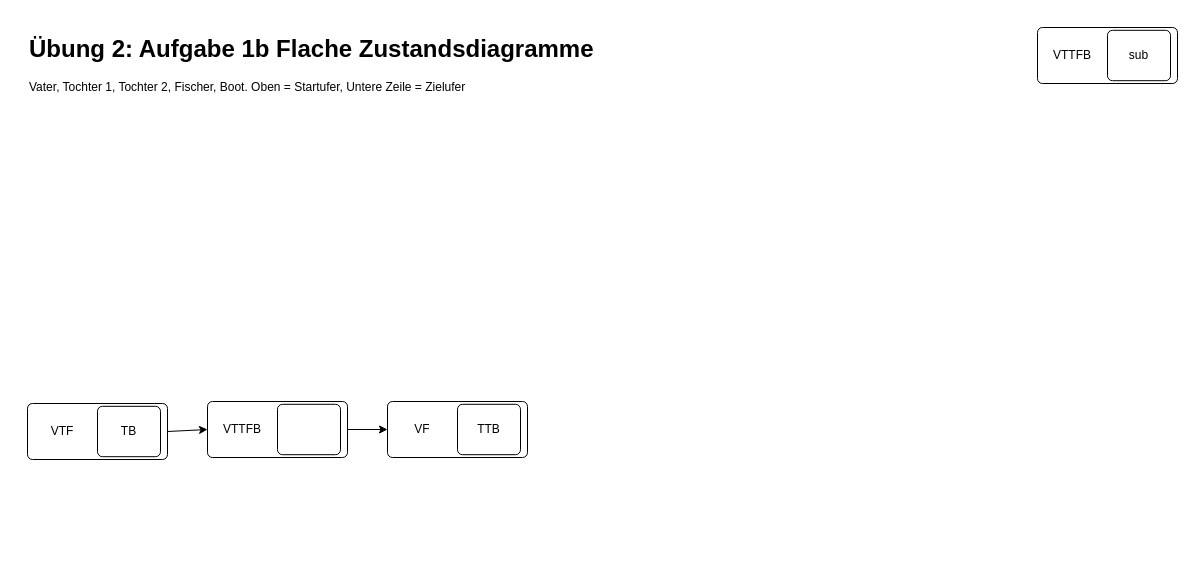
This is Uebungen/Blatt02/U2A1b.drawio from Chima207/Modellierung-Untertitel, a draw.io file, before an edit. Source tidied: cells renumbered, new cells numbered last; positions are measured from the earlier drawing's top-left corner, leaving out a move shared by most shapes. Both pictures are drawn from the tidied source at 100%, with x=0, y=0 at pixel (27, 27).
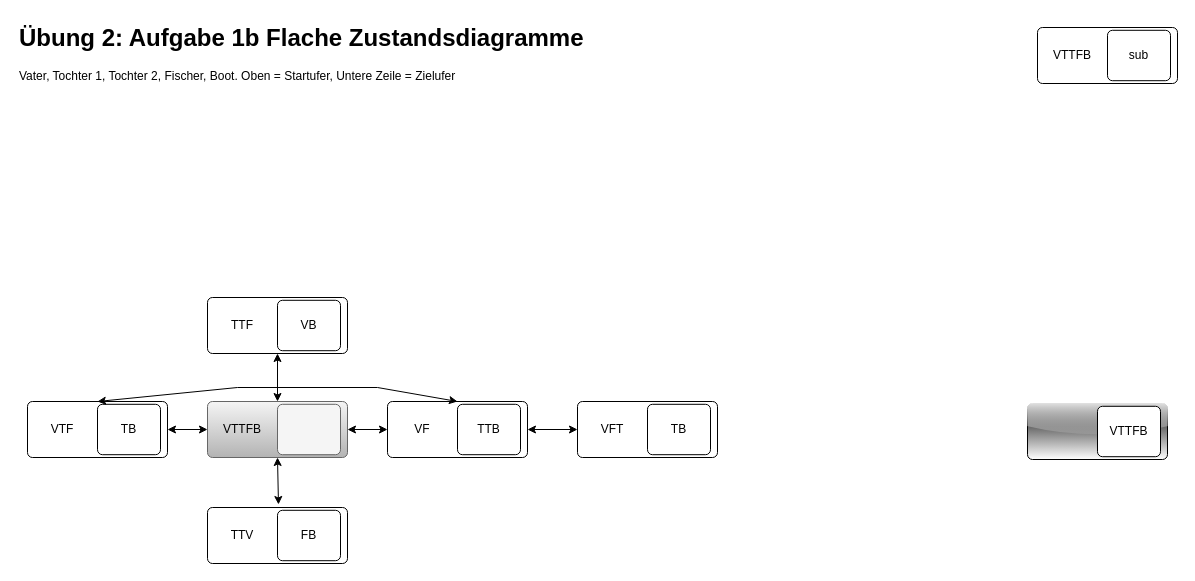
The same diagram, later.

The change refers to these unchanged cells:
```xml
<mxCell id="9" style="rounded=1;absoluteArcSize=1;html=1;arcSize=10;" parent="1" vertex="1">
  <mxGeometry x="360" y="374" width="140" height="56" as="geometry" />
</mxCell>
```

The edit, as a diff of the source:
```diff
@@
     <mxCell id="2" value="&lt;h1 style=&quot;margin-top: 0px;&quot;&gt;Übung 2: Aufgabe 1b Flache Zustandsdiagramme&lt;br&gt;&lt;/h1&gt;&lt;p&gt;Vater, Tochter 1, Tochter 2, Fischer, Boot. Oben = Startufer, Untere Zeile = Zielufer&lt;br&gt;&lt;/p&gt;" style="text;html=1;whiteSpace=wrap;overflow=hidden;rounded=0;" parent="1" vertex="1">
-      <mxGeometry y="1" width="920" height="120" as="geometry" />
+      <mxGeometry x="-10" y="-10" width="570" height="79" as="geometry" />
     </mxCell>
-    <mxCell id="3" style="rounded=1;absoluteArcSize=1;html=1;arcSize=10;" parent="1" vertex="1">
+    <mxCell id="3" style="rounded=1;absoluteArcSize=1;html=1;arcSize=10;fillColor=#f5f5f5;strokeColor=#666666;gradientColor=#b3b3b3;" parent="1" vertex="1">
       <mxGeometry x="180" y="374" width="140" height="56" as="geometry" />
     </mxCell>
@@
-    <mxCell id="12" style="endArrow=classic;html=1;rounded=0;entryX=0;entryY=0.5;entryDx=0;entryDy=0;exitX=1;exitY=0.5;exitDx=0;exitDy=0;" parent="1" edge="1" source="3" target="9">
+    <mxCell id="12" style="endArrow=classic;html=1;rounded=0;entryX=0;entryY=0.5;entryDx=0;entryDy=0;exitX=1;exitY=0.5;exitDx=0;exitDy=0;startArrow=classic;" parent="1" edge="1" source="3" target="9">
       <mxGeometry relative="1" as="geometry" />
     </mxCell>
     <mxCell id="13" style="rounded=1;absoluteArcSize=1;html=1;arcSize=10;" parent="1" vertex="1">
-      <mxGeometry y="376" width="140" height="56" as="geometry" />
+      <mxGeometry y="374" width="140" height="56" as="geometry" />
     </mxCell>
@@
-    <mxCell id="16" style="endArrow=classic;html=1;rounded=0;entryX=0;entryY=0.5;entryDx=0;entryDy=0;exitX=1;exitY=0.5;exitDx=0;exitDy=0;" parent="1" edge="1" source="13" target="3">
+    <mxCell id="16" style="endArrow=classic;html=1;rounded=0;entryX=0;entryY=0.5;entryDx=0;entryDy=0;exitX=1;exitY=0.5;exitDx=0;exitDy=0;startArrow=classic;" parent="1" edge="1" source="13" target="3">
       <mxGeometry relative="1" as="geometry" />
     </mxCell>
+    <mxCell id="17" style="rounded=1;absoluteArcSize=1;html=1;arcSize=10;gradientDirection=north;gradientColor=default;fillColor=default;shadow=0;glass=1;" parent="1" vertex="1">
+      <mxGeometry x="1000" y="376" width="140" height="56" as="geometry" />
+    </mxCell>
+    <mxCell id="18" style="html=1;shape=mxgraph.er.anchor;whiteSpace=wrap;" parent="17" vertex="1">
+      <mxGeometry width="70" height="56" as="geometry" />
+    </mxCell>
+    <mxCell id="19" value="VTTFB" style="rounded=1;absoluteArcSize=1;html=1;arcSize=10;whiteSpace=wrap;strokeColor=inherit;fillColor=inherit;" parent="17" vertex="1">
+      <mxGeometry x="70" y="2.8" width="63" height="50.4" as="geometry" />
+    </mxCell>
+    <mxCell id="20" style="rounded=1;absoluteArcSize=1;html=1;arcSize=10;" parent="1" vertex="1">
+      <mxGeometry x="180" y="270" width="140" height="56" as="geometry" />
+    </mxCell>
+    <mxCell id="21" value="TTF" style="html=1;shape=mxgraph.er.anchor;whiteSpace=wrap;" parent="20" vertex="1">
+      <mxGeometry width="70" height="56" as="geometry" />
+    </mxCell>
+    <mxCell id="22" value="VB" style="rounded=1;absoluteArcSize=1;html=1;arcSize=10;whiteSpace=wrap;strokeColor=inherit;fillColor=inherit;" parent="20" vertex="1">
+      <mxGeometry x="70" y="2.8" width="63" height="50.4" as="geometry" />
+    </mxCell>
+    <mxCell id="23" style="endArrow=classic;html=1;rounded=0;entryX=0.5;entryY=1;entryDx=0;entryDy=0;exitX=0.5;exitY=0;exitDx=0;exitDy=0;startArrow=classic;" parent="1" edge="1" source="3" target="20">
+      <mxGeometry relative="1" as="geometry" />
+    </mxCell>
+    <mxCell id="24" style="rounded=1;absoluteArcSize=1;html=1;arcSize=10;" parent="1" vertex="1">
+      <mxGeometry x="180" y="480" width="140" height="56" as="geometry" />
+    </mxCell>
+    <mxCell id="25" value="TTV" style="html=1;shape=mxgraph.er.anchor;whiteSpace=wrap;" parent="24" vertex="1">
+      <mxGeometry width="70" height="56" as="geometry" />
+    </mxCell>
+    <mxCell id="26" value="FB" style="rounded=1;absoluteArcSize=1;html=1;arcSize=10;whiteSpace=wrap;strokeColor=inherit;fillColor=inherit;" parent="24" vertex="1">
+      <mxGeometry x="70" y="2.8" width="63" height="50.4" as="geometry" />
+    </mxCell>
+    <mxCell id="27" style="endArrow=classic;startArrow=classic;html=1;rounded=0;exitX=1.014;exitY=-0.054;exitDx=0;exitDy=0;exitPerimeter=0;" parent="1" edge="1" source="25">
+      <mxGeometry relative="1" as="geometry">
+        <mxPoint x="250" y="430" as="targetPoint" />
+      </mxGeometry>
+    </mxCell>
+    <mxCell id="28" style="rounded=1;absoluteArcSize=1;html=1;arcSize=10;" parent="1" vertex="1">
+      <mxGeometry x="550" y="374" width="140" height="56" as="geometry" />
+    </mxCell>
+    <mxCell id="29" value="VFT" style="html=1;shape=mxgraph.er.anchor;whiteSpace=wrap;" parent="28" vertex="1">
+      <mxGeometry width="70" height="56" as="geometry" />
+    </mxCell>
+    <mxCell id="30" value="TB" style="rounded=1;absoluteArcSize=1;html=1;arcSize=10;whiteSpace=wrap;strokeColor=inherit;fillColor=inherit;" parent="28" vertex="1">
+      <mxGeometry x="70" y="2.8" width="63" height="50.4" as="geometry" />
+    </mxCell>
+    <mxCell id="31" style="endArrow=classic;startArrow=classic;html=1;rounded=0;entryX=0;entryY=0.5;entryDx=0;entryDy=0;exitX=1;exitY=0.5;exitDx=0;exitDy=0;" parent="1" edge="1" source="9" target="28">
+      <mxGeometry relative="1" as="geometry" />
+    </mxCell>
+    <mxCell id="32" style="endArrow=classic;startArrow=classic;html=1;rounded=0;entryX=0.5;entryY=0;entryDx=0;entryDy=0;exitX=0.5;exitY=0;exitDx=0;exitDy=0;" parent="1" edge="1" source="9" target="13">
+      <mxGeometry relative="1" as="geometry">
+        <Array as="points">
+          <mxPoint x="350" y="360" />
+          <mxPoint x="210" y="360" />
+        </Array>
+      </mxGeometry>
+    </mxCell>
```
